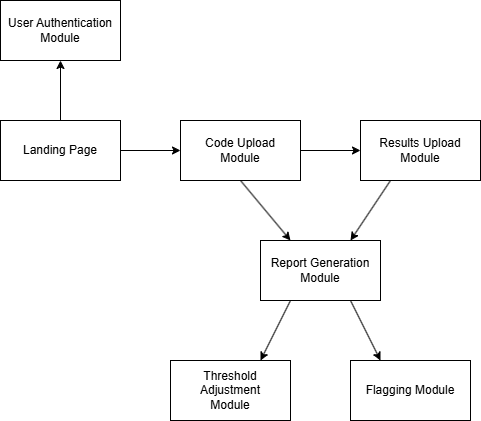
lilweege/capstone keeps this draw.io diagram as docs/Design/SoftArchitecture/Assets/FrontEndHierarchy.png. Above is the earlier version. Source tidied: cells renumbered, new cells last; positions are measured from the earlier drawing's top-left corner, leaving out a move shared by most shapes. Source of this version:
```xml
<mxGraphModel>
  <root>
    <mxCell id="0" />
    <mxCell id="1" parent="0" />
    <mxCell id="2" value="User Authentication&lt;div&gt;Module&lt;/div&gt;" style="rounded=0;whiteSpace=wrap;html=1;" parent="1" vertex="1">
      <mxGeometry width="120" height="60" as="geometry" />
    </mxCell>
    <mxCell id="3" value="Landing Page" style="rounded=0;whiteSpace=wrap;html=1;" parent="1" vertex="1">
      <mxGeometry y="120" width="120" height="60" as="geometry" />
    </mxCell>
    <mxCell id="4" style="edgeStyle=orthogonalEdgeStyle;rounded=0;jettySize=auto;html=1;entryX=0;entryY=0.5;entryDx=0;entryDy=0;" parent="1" edge="1" source="5" target="9">
      <mxGeometry relative="1" as="geometry" />
    </mxCell>
    <mxCell id="5" value="Code Upload&lt;div&gt;Module&lt;/div&gt;" style="rounded=0;whiteSpace=wrap;html=1;" parent="1" vertex="1">
      <mxGeometry x="180" y="120" width="120" height="60" as="geometry" />
    </mxCell>
    <mxCell id="6" value="Report Generation&lt;div&gt;Module&lt;/div&gt;" style="rounded=0;whiteSpace=wrap;html=1;" parent="1" vertex="1">
      <mxGeometry x="260" y="240" width="120" height="60" as="geometry" />
    </mxCell>
    <mxCell id="7" style="endArrow=classic;html=1;rounded=0;exitX=0.5;exitY=0;exitDx=0;exitDy=0;entryX=0.5;entryY=1;entryDx=0;entryDy=0;" parent="1" edge="1" source="3" target="2">
      <mxGeometry relative="1" as="geometry" />
    </mxCell>
    <mxCell id="8" style="endArrow=classic;html=1;rounded=0;exitX=1;exitY=0.5;exitDx=0;exitDy=0;entryX=0;entryY=0.5;entryDx=0;entryDy=0;" parent="1" edge="1" source="3" target="5">
      <mxGeometry relative="1" as="geometry" />
    </mxCell>
    <mxCell id="9" value="Results Upload&lt;div&gt;Module&lt;/div&gt;" style="rounded=0;whiteSpace=wrap;html=1;" parent="1" vertex="1">
      <mxGeometry x="360" y="120" width="120" height="60" as="geometry" />
    </mxCell>
    <mxCell id="10" style="endArrow=classic;html=1;rounded=0;exitX=0.5;exitY=1;exitDx=0;exitDy=0;entryX=0.25;entryY=0;entryDx=0;entryDy=0;" parent="1" edge="1" source="5" target="6">
      <mxGeometry relative="1" as="geometry" />
    </mxCell>
    <mxCell id="11" style="endArrow=classic;html=1;rounded=0;exitX=0.25;exitY=1;exitDx=0;exitDy=0;entryX=0.75;entryY=0;entryDx=0;entryDy=0;" parent="1" edge="1" source="9" target="6">
      <mxGeometry relative="1" as="geometry" />
    </mxCell>
    <mxCell id="12" value="Threshold&lt;div&gt;Adjustment&lt;/div&gt;&lt;div&gt;Module&lt;/div&gt;" style="rounded=0;whiteSpace=wrap;html=1;" parent="1" vertex="1">
      <mxGeometry x="170" y="360" width="120" height="60" as="geometry" />
    </mxCell>
    <mxCell id="13" value="Flagging Module" style="rounded=0;whiteSpace=wrap;html=1;" parent="1" vertex="1">
      <mxGeometry x="350" y="360" width="120" height="60" as="geometry" />
    </mxCell>
    <mxCell id="14" style="endArrow=classic;html=1;rounded=0;exitX=0.25;exitY=1;exitDx=0;exitDy=0;entryX=0.75;entryY=0;entryDx=0;entryDy=0;" parent="1" edge="1" source="6" target="12">
      <mxGeometry relative="1" as="geometry" />
    </mxCell>
    <mxCell id="15" style="endArrow=classic;html=1;rounded=0;exitX=0.75;exitY=1;exitDx=0;exitDy=0;entryX=0.25;entryY=0;entryDx=0;entryDy=0;" parent="1" edge="1" source="6" target="13">
      <mxGeometry relative="1" as="geometry" />
    </mxCell>
  </root>
</mxGraphModel>
```
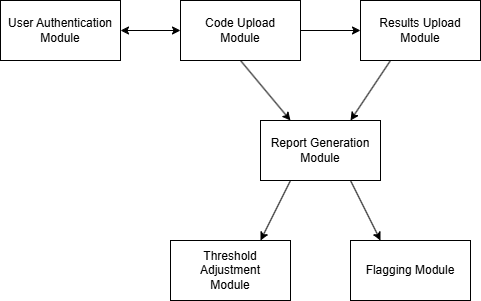
After the commit.

The edit, as a diff of the source:
```diff
@@ -3,11 +3,8 @@
     <mxCell id="0" />
     <mxCell id="1" parent="0" />
     <mxCell id="2" value="User Authentication&lt;div&gt;Module&lt;/div&gt;" style="rounded=0;whiteSpace=wrap;html=1;" parent="1" vertex="1">
-      <mxGeometry width="120" height="60" as="geometry" />
+      <mxGeometry y="120" width="120" height="60" as="geometry" />
     </mxCell>
-    <mxCell id="3" value="Landing Page" style="rounded=0;whiteSpace=wrap;html=1;" parent="1" vertex="1">
-      <mxGeometry y="120" width="120" height="60" as="geometry" />
-    </mxCell>
     <mxCell id="4" style="edgeStyle=orthogonalEdgeStyle;rounded=0;jettySize=auto;html=1;entryX=0;entryY=0.5;entryDx=0;entryDy=0;" parent="1" edge="1" source="5" target="9">
       <mxGeometry relative="1" as="geometry" />
     </mxCell>
@@ -17,12 +14,6 @@
     <mxCell id="6" value="Report Generation&lt;div&gt;Module&lt;/div&gt;" style="rounded=0;whiteSpace=wrap;html=1;" parent="1" vertex="1">
       <mxGeometry x="260" y="240" width="120" height="60" as="geometry" />
     </mxCell>
-    <mxCell id="7" style="endArrow=classic;html=1;rounded=0;exitX=0.5;exitY=0;exitDx=0;exitDy=0;entryX=0.5;entryY=1;entryDx=0;entryDy=0;" parent="1" edge="1" source="3" target="2">
-      <mxGeometry relative="1" as="geometry" />
-    </mxCell>
-    <mxCell id="8" style="endArrow=classic;html=1;rounded=0;exitX=1;exitY=0.5;exitDx=0;exitDy=0;entryX=0;entryY=0.5;entryDx=0;entryDy=0;" parent="1" edge="1" source="3" target="5">
-      <mxGeometry relative="1" as="geometry" />
-    </mxCell>
     <mxCell id="9" value="Results Upload&lt;div&gt;Module&lt;/div&gt;" style="rounded=0;whiteSpace=wrap;html=1;" parent="1" vertex="1">
       <mxGeometry x="360" y="120" width="120" height="60" as="geometry" />
     </mxCell>
@@ -44,5 +35,8 @@
     <mxCell id="15" style="endArrow=classic;html=1;rounded=0;exitX=0.75;exitY=1;exitDx=0;exitDy=0;entryX=0.25;entryY=0;entryDx=0;entryDy=0;" parent="1" edge="1" source="6" target="13">
       <mxGeometry relative="1" as="geometry" />
     </mxCell>
+    <mxCell id="16" style="endArrow=classic;startArrow=classic;html=1;rounded=0;exitX=1;exitY=0.5;exitDx=0;exitDy=0;entryX=0;entryY=0.5;entryDx=0;entryDy=0;" parent="1" edge="1" source="2" target="5">
+      <mxGeometry relative="1" as="geometry" />
+    </mxCell>
   </root>
 </mxGraphModel>
```
